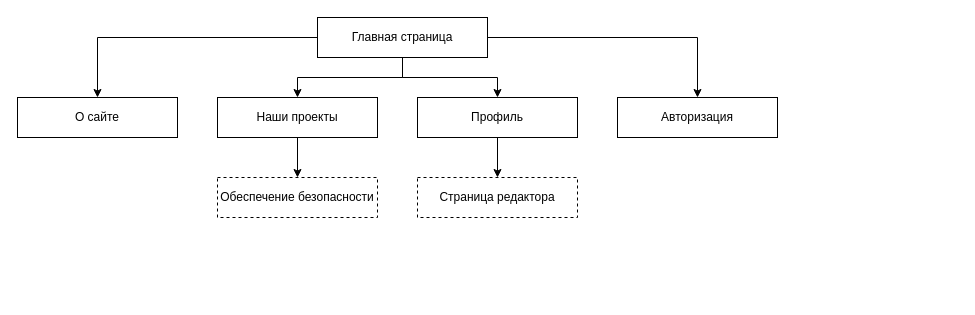
Above: СтруктураСайта.drawio in igKaneProgrammer/allprojects (draw.io), before the change. Source tidied: cells renumbered, new cells numbered last; positions are measured from the earlier drawing's top-left corner, leaving out a move shared by most shapes. Both pictures are drawn from the tidied source at 100%, with x=0, y=0 at pixel (17, 17).
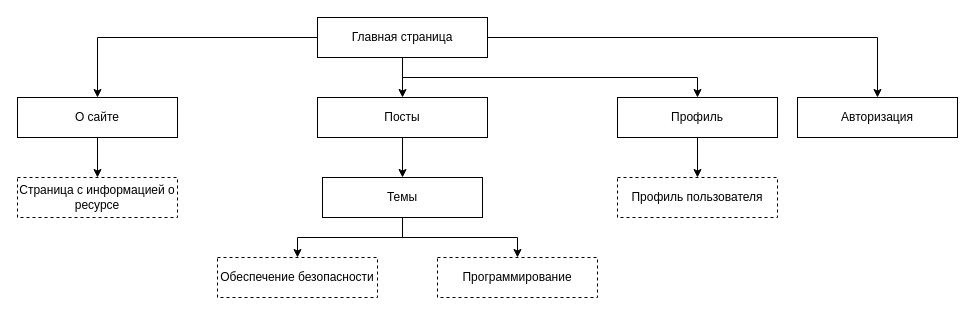
The same page after the edit.

Unchanged cells that the change refers to:
```xml
<mxCell id="6" value="Главная страница" style="rounded=0;whiteSpace=wrap;html=1;" parent="1" vertex="1">
  <mxGeometry x="300" width="170" height="40" as="geometry" />
</mxCell>
<mxCell id="7" value="О сайте" style="rounded=0;whiteSpace=wrap;html=1;" parent="1" vertex="1">
  <mxGeometry y="80" width="160" height="40" as="geometry" />
</mxCell>
```

What changed in the source:
```diff
@@
-    <mxCell id="3" style="edgeStyle=orthogonalEdgeStyle;rounded=0;jettySize=auto;html=1;exitX=0.5;exitY=1;exitDx=0;exitDy=0;" parent="1" edge="1" source="6" target="9">
-      <mxGeometry relative="1" as="geometry" />
-    </mxCell>
@@
+    <mxCell id="15" style="edgeStyle=orthogonalEdgeStyle;rounded=0;jettySize=auto;html=1;exitX=0.5;exitY=1;exitDx=0;exitDy=0;" parent="1" edge="1" source="6" target="21">
+      <mxGeometry relative="1" as="geometry" />
+    </mxCell>
@@
+    <mxCell id="16" style="edgeStyle=orthogonalEdgeStyle;rounded=0;jettySize=auto;html=1;exitX=0.5;exitY=1;exitDx=0;exitDy=0;entryX=0.5;entryY=0;entryDx=0;entryDy=0;" parent="1" edge="1" source="7" target="18">
+      <mxGeometry relative="1" as="geometry" />
+    </mxCell>
@@
+    <mxCell id="17" style="edgeStyle=orthogonalEdgeStyle;rounded=0;jettySize=auto;html=1;exitX=0.5;exitY=1;exitDx=0;exitDy=0;" parent="1" edge="1" source="9" target="19">
+      <mxGeometry relative="1" as="geometry" />
+    </mxCell>
-    <mxCell id="9" value="Наши проекты" style="rounded=0;whiteSpace=wrap;html=1;" parent="1" vertex="1">
-      <mxGeometry x="200" y="80" width="160" height="40" as="geometry" />
+    <mxCell id="9" value="Темы" style="rounded=0;whiteSpace=wrap;html=1;" parent="1" vertex="1">
+      <mxGeometry x="305" y="160" width="160" height="40" as="geometry" />
     </mxCell>
@@
     <mxCell id="11" value="Профиль" style="rounded=0;whiteSpace=wrap;html=1;" parent="1" vertex="1">
-      <mxGeometry x="400" y="80" width="160" height="40" as="geometry" />
+      <mxGeometry x="600" y="80" width="160" height="40" as="geometry" />
     </mxCell>
     <mxCell id="12" value="Авторизация" style="rounded=0;whiteSpace=wrap;html=1;" parent="1" vertex="1">
-      <mxGeometry x="600" y="80" width="160" height="40" as="geometry" />
+      <mxGeometry x="780" y="80" width="160" height="40" as="geometry" />
     </mxCell>
     <mxCell id="13" value="Обеспечение безопасности" style="rounded=0;whiteSpace=wrap;html=1;dashed=1;" parent="1" vertex="1">
-      <mxGeometry x="200" y="160" width="160" height="40" as="geometry" />
+      <mxGeometry x="200" y="240" width="160" height="40" as="geometry" />
     </mxCell>
-    <mxCell id="14" value="Страница редактора" style="rounded=0;whiteSpace=wrap;html=1;dashed=1;" parent="1" vertex="1">
-      <mxGeometry x="400" y="160" width="160" height="40" as="geometry" />
+    <mxCell id="14" value="Профиль пользователя" style="rounded=0;whiteSpace=wrap;html=1;dashed=1;" parent="1" vertex="1">
+      <mxGeometry x="600" y="160" width="160" height="40" as="geometry" />
     </mxCell>
+    <mxCell id="18" value="Страница с информацией о ресурсе" style="rounded=0;whiteSpace=wrap;html=1;dashed=1;" parent="1" vertex="1">
+      <mxGeometry y="160" width="160" height="40" as="geometry" />
+    </mxCell>
+    <mxCell id="19" value="Программирование" style="rounded=0;whiteSpace=wrap;html=1;dashed=1;" parent="1" vertex="1">
+      <mxGeometry x="420" y="240" width="160" height="40" as="geometry" />
+    </mxCell>
+    <mxCell id="20" style="edgeStyle=orthogonalEdgeStyle;rounded=0;jettySize=auto;html=1;exitX=0.5;exitY=1;exitDx=0;exitDy=0;" parent="1" edge="1" source="21" target="9">
+      <mxGeometry relative="1" as="geometry" />
+    </mxCell>
+    <mxCell id="21" value="Посты" style="rounded=0;whiteSpace=wrap;html=1;" parent="1" vertex="1">
+      <mxGeometry x="300" y="80" width="170" height="40" as="geometry" />
+    </mxCell>
```
